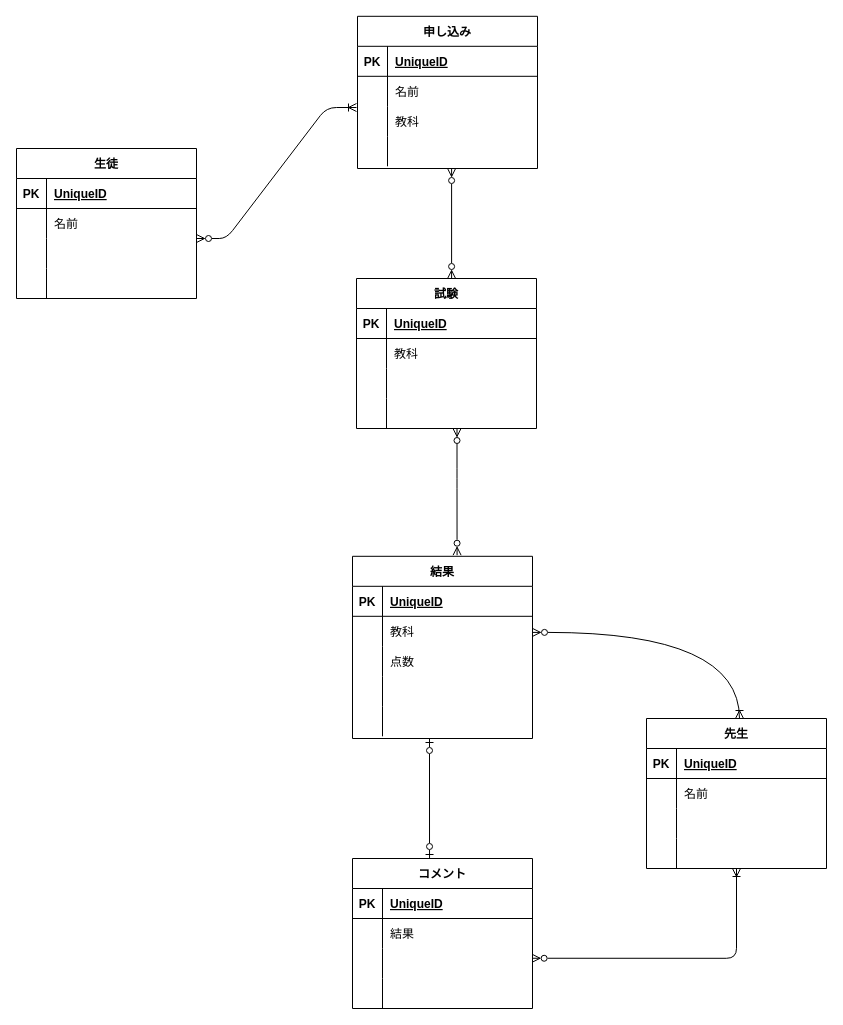
This is er.dio from walkingjunkie/20221025takada, a draw.io file, before an edit. Source tidied: cells renumbered, new cells numbered last; positions are measured from the earlier drawing's top-left corner, leaving out a move shared by most shapes. Both pictures are drawn from the tidied source at 100%, with x=0, y=0 at pixel (16, -2).
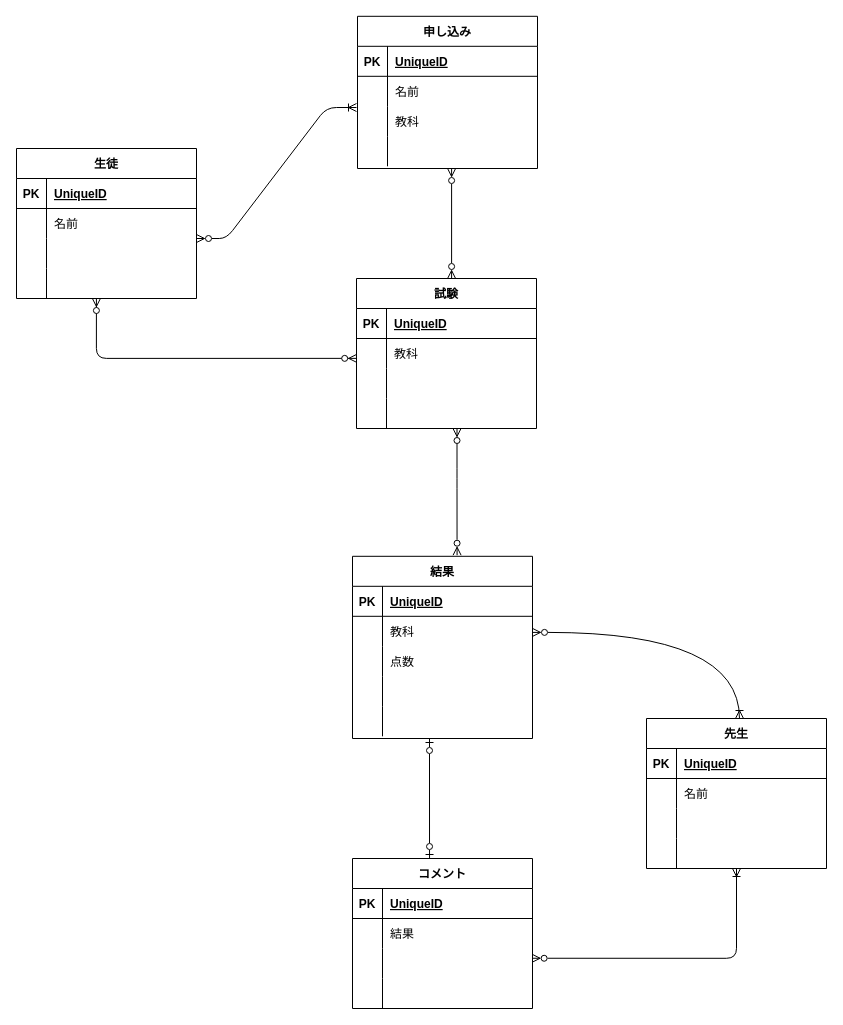
The same diagram, later.

Unchanged cells that the change refers to:
```xml
<mxCell id="35" style="shape=partialRectangle;fillColor=none;top=0;left=0;bottom=0;right=0;points=[[0,0.5],[1,0.5]];portConstraint=eastwest;" parent="31" vertex="1">
  <mxGeometry y="60" width="180" height="30" as="geometry" />
</mxCell>
<mxCell id="72" style="shape=partialRectangle;fillColor=none;top=0;left=0;bottom=0;right=0;points=[[0,0.5],[1,0.5]];portConstraint=eastwest;" parent="62" vertex="1">
  <mxGeometry y="120" width="180" height="30" as="geometry" />
</mxCell>
```

What changed in the source:
```diff
@@
+    <mxCell id="93" style="edgeStyle=orthogonalEdgeStyle;fontSize=12;html=1;endArrow=ERzeroToMany;endFill=1;startArrow=ERzeroToMany;elbow=vertical;exitX=0.001;exitY=0.662;exitDx=0;exitDy=0;exitPerimeter=0;entryX=0.444;entryY=1;entryDx=0;entryDy=0;entryPerimeter=0;" parent="1" edge="1" source="35" target="72">
+      <mxGeometry relative="1" as="geometry" />
+    </mxCell>
```
